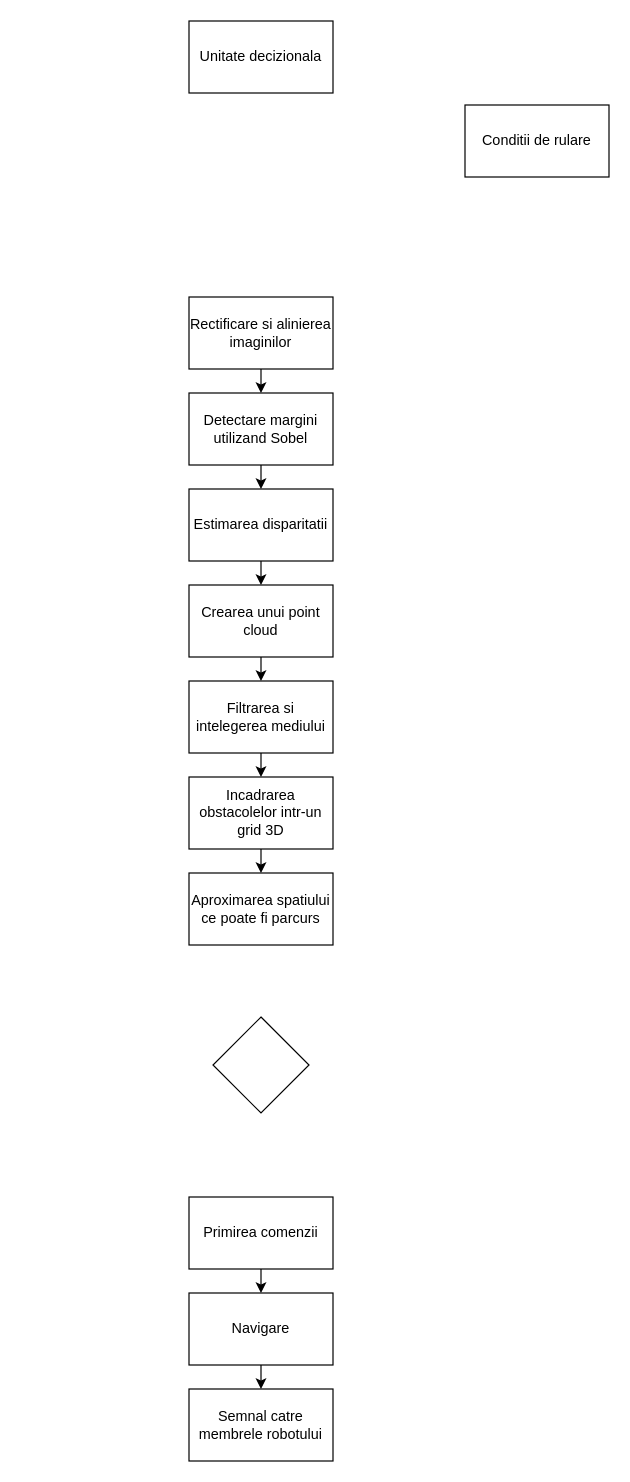
PumpKPie/quadruped-development keeps this draw.io diagram as schema-concept.drawio. Above is the earlier version. Source tidied: cells renumbered, new cells numbered last; positions are measured from the earlier drawing's top-left corner, leaving out a move shared by most shapes. Both pictures are drawn from the tidied source at 120%, with x=0, y=0 at pixel (188, 20).
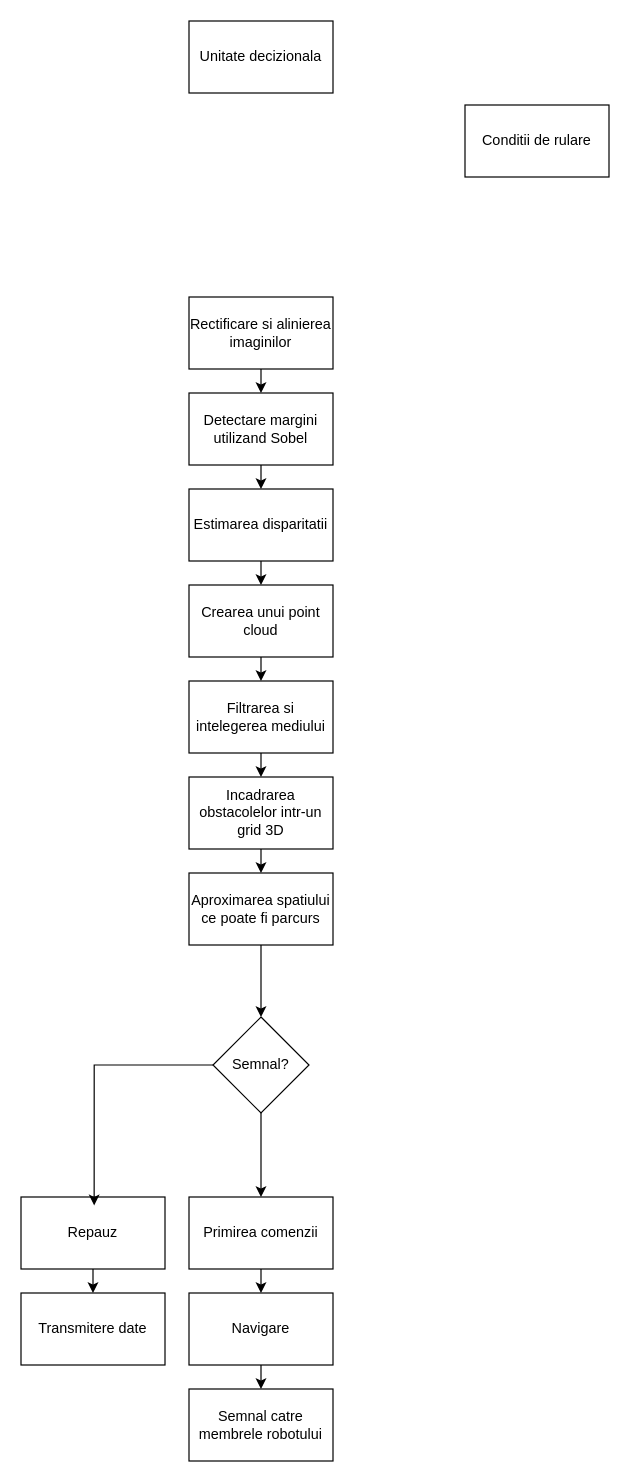
Above is the later version.

The change refers to these unchanged cells:
```xml
<mxCell id="16" value="Aproximarea spatiului ce poate fi parcurs" style="rounded=0;whiteSpace=wrap;html=1;" parent="1" vertex="1">
  <mxGeometry y="710" width="120" height="60" as="geometry" />
</mxCell>
<mxCell id="18" value="Primirea comenzii" style="rounded=0;whiteSpace=wrap;html=1;" parent="1" vertex="1">
  <mxGeometry y="980" width="120" height="60" as="geometry" />
</mxCell>
```

Diff of the diagram source:
```diff
@@
+    <mxCell id="23" style="edgeStyle=orthogonalEdgeStyle;rounded=0;jettySize=auto;html=1;exitX=0.5;exitY=1;exitDx=0;exitDy=0;entryX=0.5;entryY=0;entryDx=0;entryDy=0;" parent="1" edge="1" source="16" target="22">
+      <mxGeometry relative="1" as="geometry" />
+    </mxCell>
@@
+    <mxCell id="24" style="edgeStyle=orthogonalEdgeStyle;rounded=0;jettySize=auto;html=1;exitX=0.5;exitY=1;exitDx=0;exitDy=0;entryX=0.5;entryY=0;entryDx=0;entryDy=0;" parent="1" edge="1" source="22" target="18">
+      <mxGeometry relative="1" as="geometry" />
+    </mxCell>
-    <mxCell id="22" style="rhombus;whiteSpace=wrap;html=1;" parent="1" vertex="1">
+    <mxCell id="22" value="Semnal?" style="rhombus;whiteSpace=wrap;html=1;" parent="1" vertex="1">
       <mxGeometry x="20" y="830" width="80" height="80" as="geometry" />
     </mxCell>
+    <mxCell id="25" style="edgeStyle=orthogonalEdgeStyle;rounded=0;jettySize=auto;html=1;exitX=0.5;exitY=1;exitDx=0;exitDy=0;entryX=0.5;entryY=0;entryDx=0;entryDy=0;" parent="1" edge="1" source="26" target="28">
+      <mxGeometry relative="1" as="geometry" />
+    </mxCell>
+    <mxCell id="26" value="Repauz" style="rounded=0;whiteSpace=wrap;html=1;" parent="1" vertex="1">
+      <mxGeometry x="-140" y="980" width="120" height="60" as="geometry" />
+    </mxCell>
+    <mxCell id="27" style="edgeStyle=orthogonalEdgeStyle;rounded=0;jettySize=auto;html=1;exitX=0;exitY=0.5;exitDx=0;exitDy=0;entryX=0.508;entryY=0.117;entryDx=0;entryDy=0;entryPerimeter=0;" parent="1" edge="1" source="22" target="26">
+      <mxGeometry relative="1" as="geometry" />
+    </mxCell>
+    <mxCell id="28" value="Transmitere date" style="rounded=0;whiteSpace=wrap;html=1;" parent="1" vertex="1">
+      <mxGeometry x="-140" y="1060" width="120" height="60" as="geometry" />
+    </mxCell>
```
